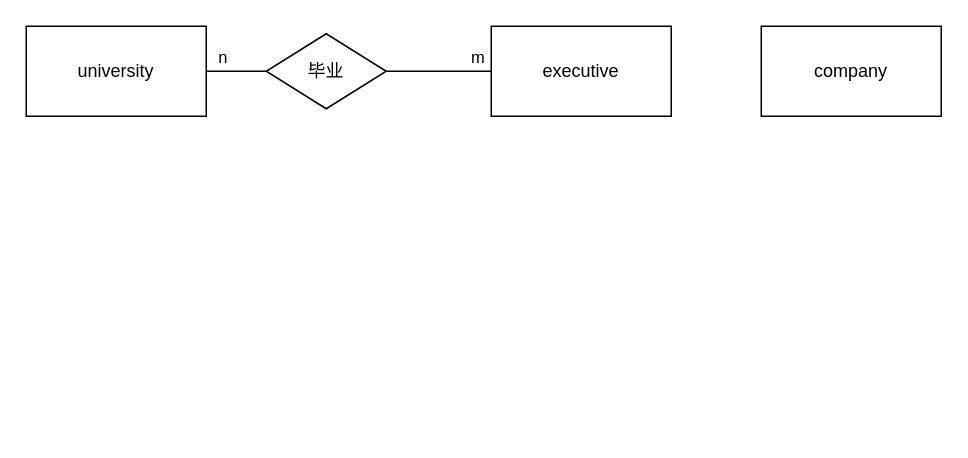
Before: alumnusDB.drawio in yayaer123/drawio_demo, a draw.io diagram. Source tidied: cells renumbered, new cells numbered last; positions are measured from the earlier drawing's top-left corner, leaving out a move shared by most shapes. Both pictures are drawn from the tidied source at 150%, with x=0, y=0 at pixel (26, 26).
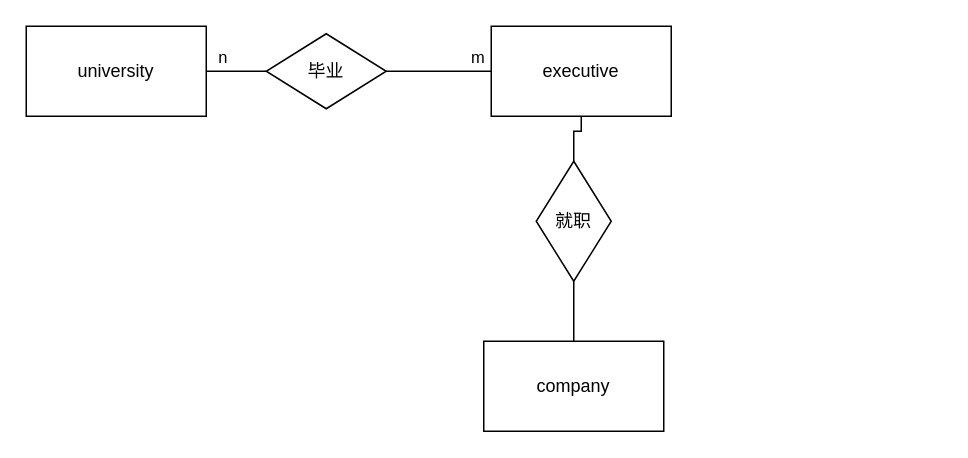
The same page after the edit.

What changed in the source:
```diff
@@
 <mxGraphModel>
   <root>
     <mxCell id="0" />
     <mxCell id="1" parent="0" />
     <mxCell id="2" style="edgeStyle=orthogonalEdgeStyle;rounded=0;jettySize=auto;html=1;endArrow=none;endFill=0;" parent="1" edge="1" source="4" target="9">
       <mxGeometry relative="1" as="geometry" />
     </mxCell>
     <mxCell id="3" value="n" style="edgeLabel;html=1;align=center;verticalAlign=middle;" parent="2" vertex="1">
       <mxGeometry x="0.08" y="-1" relative="1" as="geometry">
         <mxPoint x="-12" y="-11" as="offset" />
       </mxGeometry>
     </mxCell>
     <mxCell id="4" value="university" style="rounded=0;whiteSpace=wrap;html=1;" parent="1" vertex="1">
       <mxGeometry width="120" height="60" as="geometry" />
     </mxCell>
     <mxCell id="5" style="edgeStyle=orthogonalEdgeStyle;rounded=0;jettySize=auto;html=1;endArrow=none;endFill=0;" parent="1" edge="1" source="7" target="9">
       <mxGeometry relative="1" as="geometry" />
     </mxCell>
     <mxCell id="6" value="m" style="edgeLabel;html=1;align=center;verticalAlign=middle;" parent="5" vertex="1">
       <mxGeometry x="0.22" y="3" relative="1" as="geometry">
         <mxPoint x="33" y="-13" as="offset" />
       </mxGeometry>
     </mxCell>
     <mxCell id="7" value="executive" style="rounded=0;whiteSpace=wrap;html=1;" parent="1" vertex="1">
       <mxGeometry x="310" width="120" height="60" as="geometry" />
     </mxCell>
     <mxCell id="8" value="company" style="rounded=0;whiteSpace=wrap;html=1;" parent="1" vertex="1">
-      <mxGeometry x="490" width="120" height="60" as="geometry" />
+      <mxGeometry x="305" y="210" width="120" height="60" as="geometry" />
     </mxCell>
     <mxCell id="9" value="毕业" style="rhombus;whiteSpace=wrap;html=1;" parent="1" vertex="1">
       <mxGeometry x="160" y="5" width="80" height="50" as="geometry" />
     </mxCell>
+    <mxCell id="10" style="edgeStyle=orthogonalEdgeStyle;rounded=0;jettySize=auto;html=1;entryX=0.5;entryY=1;entryDx=0;entryDy=0;endArrow=none;endFill=0;" parent="1" edge="1" source="12" target="7">
+      <mxGeometry relative="1" as="geometry" />
+    </mxCell>
+    <mxCell id="11" style="edgeStyle=orthogonalEdgeStyle;rounded=0;jettySize=auto;html=1;endArrow=none;endFill=0;" parent="1" edge="1" source="12" target="8">
+      <mxGeometry relative="1" as="geometry" />
+    </mxCell>
+    <mxCell id="12" value="就职" style="rhombus;whiteSpace=wrap;html=1;" parent="1" vertex="1">
+      <mxGeometry x="340" y="90" width="50" height="80" as="geometry" />
+    </mxCell>
   </root>
 </mxGraphModel>
```
